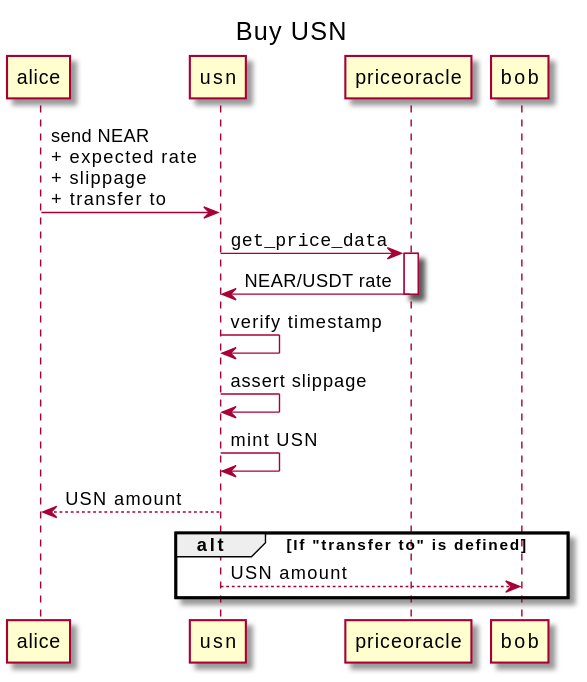
This is images/buy.svg from fdoperezi/usn, a PlantUML export, as it was before one commit.
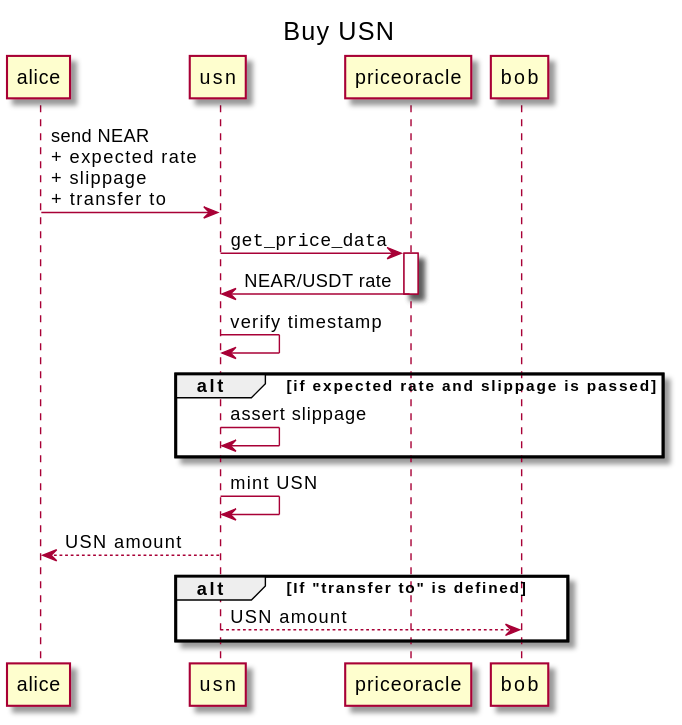
Above is the later version.

Commit message:
Add examples to README, refresh diagrams

What changed in the source:
```diff
@@ -10,7 +10,10 @@
 deactivate priceoracle
 usn -> usn: verify timestamp
 
+alt if expected rate and slippage is passed
 usn -> usn: assert slippage
+end
+
 usn -> usn: mint USN
 
 alice <-- usn: USN amount
```
